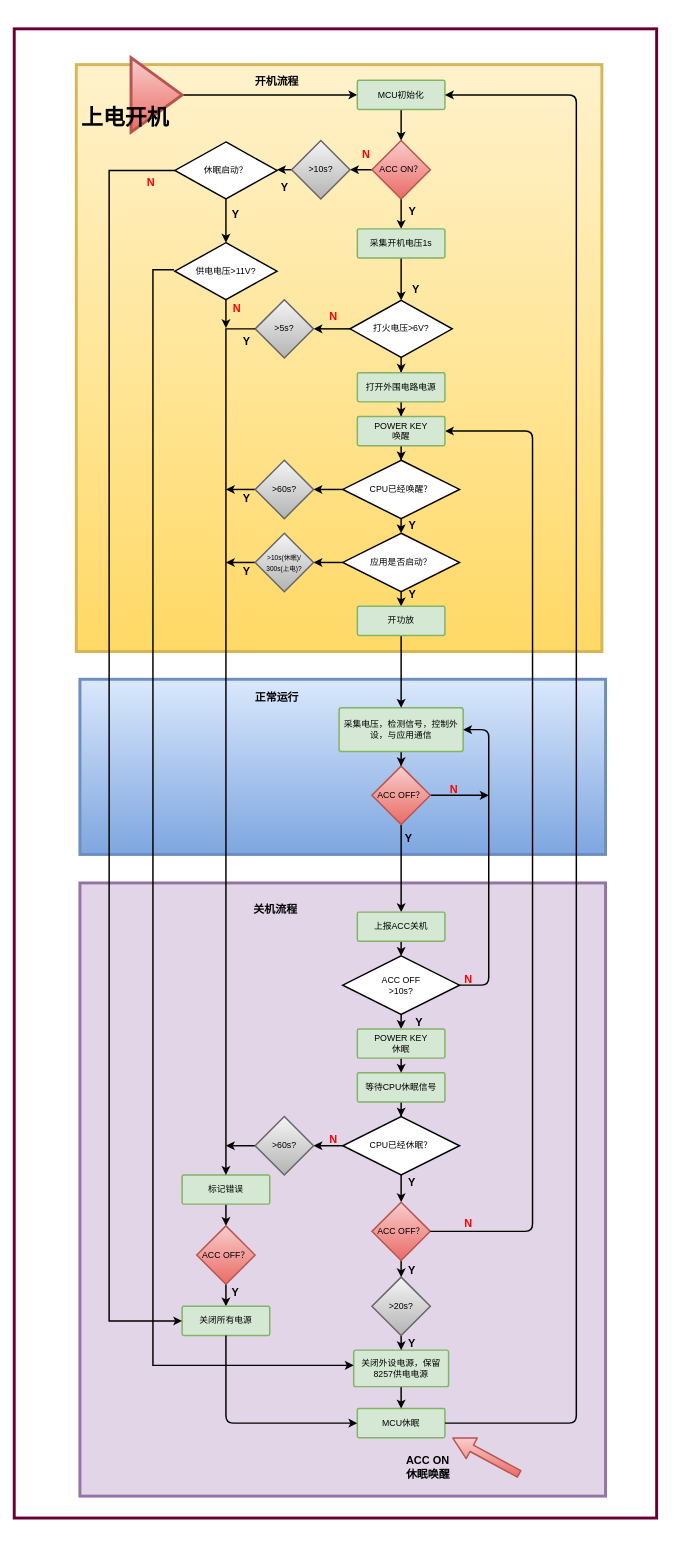
This is 009休眠逻辑.drawio from yintianlan/Picture_Draw, a draw.io file, before an edit. Source tidied: cells renumbered, new cells numbered last; positions are measured from the earlier drawing's top-left corner, leaving out a move shared by most shapes. Both pictures are drawn from the tidied source at 73%, with x=0, y=0 at pixel (14, 28).
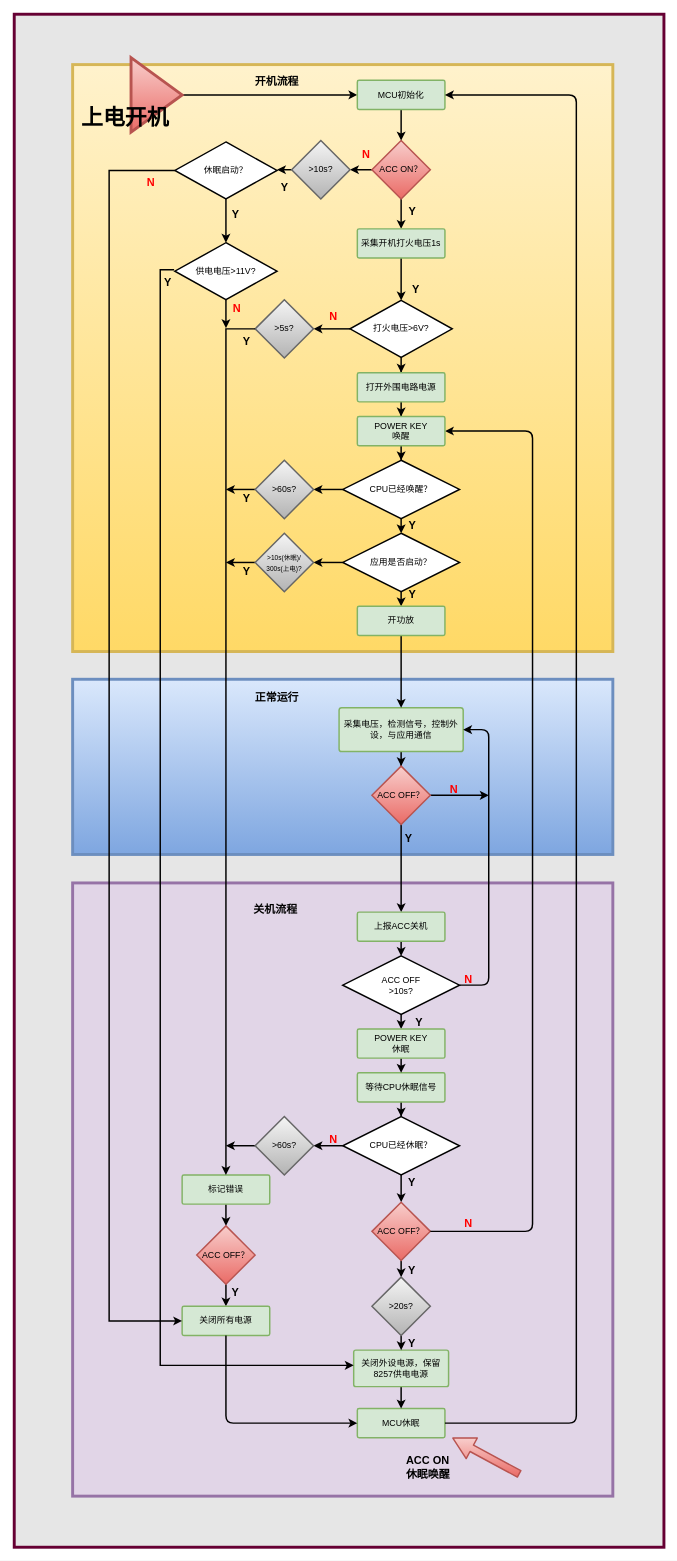
After the change.

Unchanged cells that the change refers to:
```xml
<mxCell id="31" value="关闭外设电源，保留8257供电电源" style="strokeWidth=2;html=1;shape=mxgraph.flowchart.process;whiteSpace=wrap;fillColor=#d5e8d4;fontFamily=Helvetica;align=center;strokeColor=#82b366;" parent="1" vertex="1">
  <mxGeometry x="465" y="1810" width="130" height="50" as="geometry" />
</mxCell>
```

The edit, as a diff of the source:
```diff
@@
-    <mxCell id="2" style="rounded=0;whiteSpace=wrap;html=1;labelBackgroundColor=none;strokeColor=#660033;strokeWidth=4;fillColor=none;gradientColor=none;fontFamily=Helvetica;fontSize=15;align=center;" parent="1" vertex="1">
-      <mxGeometry width="880" height="2040" as="geometry" />
+    <mxCell id="2" style="rounded=0;whiteSpace=wrap;html=1;labelBackgroundColor=none;strokeColor=#660033;strokeWidth=4;fillColor=#E6E6E6;gradientColor=none;fontFamily=Helvetica;fontSize=15;align=center;" parent="1" vertex="1">
+      <mxGeometry y="-20" width="890" height="2100" as="geometry" />
     </mxCell>
     <mxCell id="3" style="rounded=0;whiteSpace=wrap;html=1;labelBackgroundColor=none;strokeColor=#d6b656;strokeWidth=4;fillColor=#fff2cc;gradientColor=#ffd966;fontFamily=Helvetica;fontSize=15;align=center;" parent="1" vertex="1">
-      <mxGeometry x="85" y="49" width="720" height="804" as="geometry" />
+      <mxGeometry x="80" y="49" width="740" height="804" as="geometry" />
     </mxCell>
     <mxCell id="4" style="rounded=0;whiteSpace=wrap;html=1;labelBackgroundColor=none;strokeColor=#9673a6;strokeWidth=4;fillColor=#e1d5e7;fontFamily=Helvetica;fontSize=15;align=center;" parent="1" vertex="1">
-      <mxGeometry x="90" y="1170" width="720" height="840" as="geometry" />
+      <mxGeometry x="80" y="1170" width="740" height="840" as="geometry" />
     </mxCell>
     <mxCell id="5" style="rounded=0;whiteSpace=wrap;html=1;labelBackgroundColor=none;strokeColor=#6c8ebf;strokeWidth=4;fillColor=#dae8fc;gradientColor=#7ea6e0;fontFamily=Helvetica;fontSize=15;align=center;" parent="1" vertex="1">
-      <mxGeometry x="90" y="891" width="720" height="240" as="geometry" />
+      <mxGeometry x="80" y="891" width="740" height="240" as="geometry" />
     </mxCell>
@@
-    <mxCell id="81" value="采集开机电压1s" style="strokeWidth=2;html=1;shape=mxgraph.flowchart.process;whiteSpace=wrap;fillColor=#d5e8d4;fontFamily=Helvetica;align=center;strokeColor=#82b366;" parent="1" vertex="1">
+    <mxCell id="81" value="采集开机打火电压1s" style="strokeWidth=2;html=1;shape=mxgraph.flowchart.process;whiteSpace=wrap;fillColor=#d5e8d4;fontFamily=Helvetica;align=center;strokeColor=#82b366;" parent="1" vertex="1">
       <mxGeometry x="470" y="274" width="120" height="40" as="geometry" />
     </mxCell>
@@
     <mxCell id="104" style="edgeStyle=orthogonalEdgeStyle;rounded=0;jettySize=auto;html=1;strokeWidth=2;entryX=0;entryY=0.417;entryDx=0;entryDy=0;entryPerimeter=0;" parent="1" edge="1" target="31">
       <mxGeometry relative="1" as="geometry">
         <mxPoint x="219" y="330" as="sourcePoint" />
         <Array as="points">
-          <mxPoint x="190" y="330" />
-          <mxPoint x="190" y="1831" />
+          <mxPoint x="200" y="330" />
+          <mxPoint x="200" y="1831" />
         </Array>
       </mxGeometry>
     </mxCell>
@@
+    <mxCell id="107" value="Y" style="text;html=1;align=center;verticalAlign=middle;spacingTop=-4;fontFamily=Helvetica;labelPosition=center;verticalLabelPosition=middle;strokeWidth=2;fontSize=15;fontStyle=1;" parent="1" vertex="1">
+      <mxGeometry x="200" y="344" width="20" height="10" as="geometry" />
+    </mxCell>
```
